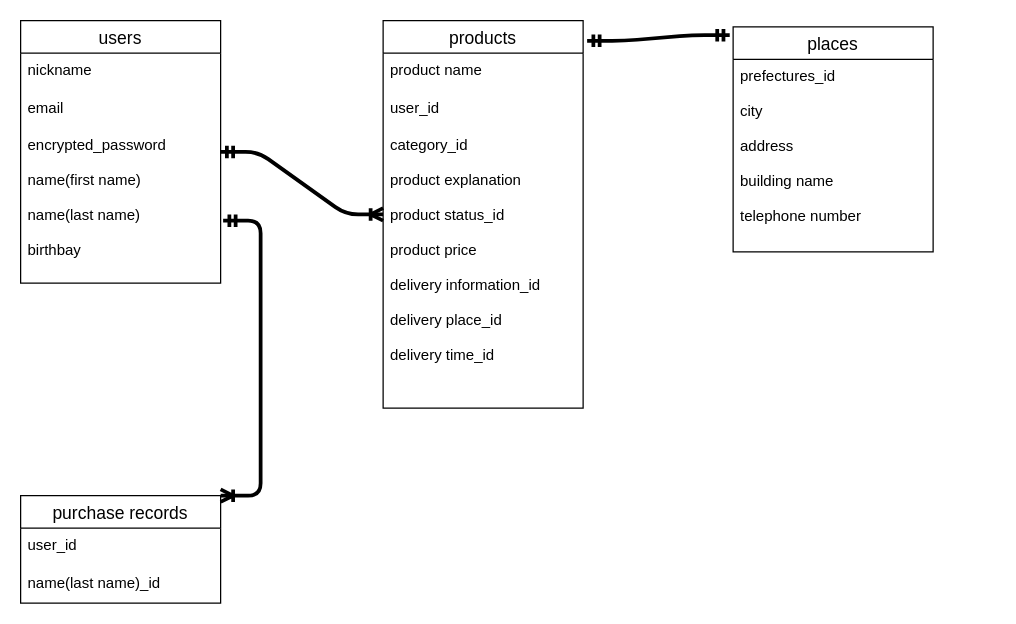
Earlier version of the draw.io diagram ER図.dio (nicole0818/furima-35637). Source tidied: cells renumbered, new cells numbered last; positions are measured from the earlier drawing's top-left corner, leaving out a move shared by most shapes. Both pictures are drawn from the tidied source at 125%, with x=0, y=0 at pixel (20, 20).
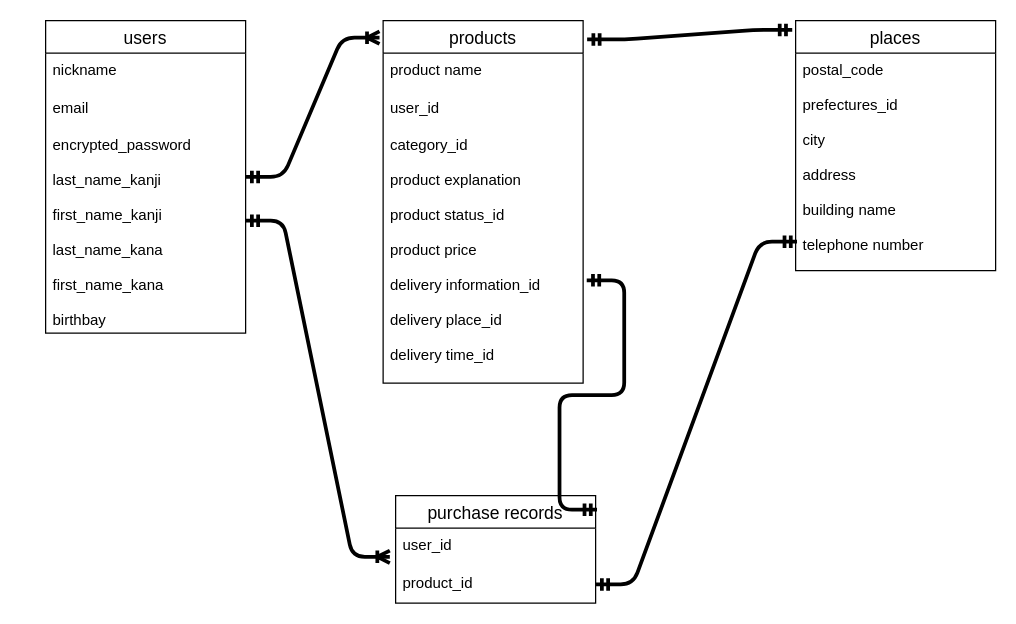
After the change.

The change refers to these unchanged cells:
```xml
<mxCell id="13" value="user_id" style="text;strokeColor=none;fillColor=none;spacingLeft=4;spacingRight=4;overflow=hidden;points=[[0,0.5],[1,0.5]];portConstraint=eastwest;fontSize=12;" parent="12" vertex="1">
  <mxGeometry y="26" width="160" height="30" as="geometry" />
</mxCell>
```

Change to the diagram source:
```diff
@@
     <mxCell id="2" value="users" style="swimlane;fontStyle=0;horizontal=1;startSize=26;align=center;fontSize=14;" parent="1" vertex="1">
-      <mxGeometry width="160" height="210" as="geometry" />
+      <mxGeometry x="20" width="160" height="250" as="geometry" />
     </mxCell>
@@
-    <mxCell id="5" value="encrypted_password&#10;&#10;name(first name)&#10;&#10;name(last name)&#10;&#10;birthbay" style="text;strokeColor=none;fillColor=none;spacingLeft=4;spacingRight=4;overflow=hidden;fontSize=12;" parent="2" vertex="1">
-      <mxGeometry y="86" width="160" height="124" as="geometry" />
+    <mxCell id="5" value="encrypted_password&#10;&#10;last_name_kanji&#10;&#10;first_name_kanji&#10;&#10;last_name_kana&#10;&#10;first_name_kana&#10;&#10;birthbay" style="text;strokeColor=none;fillColor=none;spacingLeft=4;spacingRight=4;overflow=hidden;fontSize=12;" parent="2" vertex="1">
+      <mxGeometry y="86" width="160" height="164" as="geometry" />
     </mxCell>
     <mxCell id="6" value="products" style="swimlane;fontStyle=0;horizontal=1;startSize=26;align=center;fontSize=14;" parent="1" vertex="1">
-      <mxGeometry x="290" width="160" height="310" as="geometry" />
+      <mxGeometry x="290" width="160" height="290" as="geometry" />
     </mxCell>
@@
     <mxCell id="9" value="category_id&#10;&#10;product explanation&#10;&#10;product status_id&#10;&#10;product price&#10;&#10;delivery information_id&#10;&#10;delivery place_id&#10;&#10;delivery time_id" style="text;strokeColor=none;fillColor=none;spacingLeft=4;spacingRight=4;overflow=hidden;points=[[0,0.5],[1,0.5]];portConstraint=eastwest;fontSize=12;" parent="6" vertex="1">
-      <mxGeometry y="86" width="160" height="224" as="geometry" />
+      <mxGeometry y="86" width="160" height="204" as="geometry" />
     </mxCell>
     <mxCell id="10" value="places" style="swimlane;fontStyle=0;horizontal=1;startSize=26;align=center;fontSize=14;" parent="1" vertex="1">
-      <mxGeometry x="570" y="5" width="160" height="180" as="geometry" />
+      <mxGeometry x="620" width="160" height="200" as="geometry" />
     </mxCell>
-    <mxCell id="11" value="prefectures_id&#10;&#10;city&#10;&#10;address&#10;&#10;building name&#10;&#10;telephone number" style="text;strokeColor=none;fillColor=none;spacingLeft=4;spacingRight=4;overflow=hidden;points=[[0,0.5],[1,0.5]];portConstraint=eastwest;fontSize=12;" parent="10" vertex="1">
-      <mxGeometry y="26" width="160" height="154" as="geometry" />
+    <mxCell id="11" value="postal_code&#10;&#10;prefectures_id&#10;&#10;city&#10;&#10;address&#10;&#10;building name&#10;&#10;telephone number" style="text;strokeColor=none;fillColor=none;spacingLeft=4;spacingRight=4;overflow=hidden;points=[[0,0.5],[1,0.5]];portConstraint=eastwest;fontSize=12;" parent="10" vertex="1">
+      <mxGeometry y="26" width="160" height="174" as="geometry" />
     </mxCell>
     <mxCell id="12" value="purchase records" style="swimlane;fontStyle=0;horizontal=1;startSize=26;align=center;fontSize=14;" parent="1" vertex="1">
-      <mxGeometry y="380" width="160" height="86" as="geometry" />
+      <mxGeometry x="300" y="380" width="160" height="86" as="geometry" />
     </mxCell>
@@
-    <mxCell id="14" value="name(last name)_id" style="text;strokeColor=none;fillColor=none;spacingLeft=4;spacingRight=4;overflow=hidden;points=[[0,0.5],[1,0.5]];portConstraint=eastwest;fontSize=12;" parent="12" vertex="1">
+    <mxCell id="14" value="product_id" style="text;strokeColor=none;fillColor=none;spacingLeft=4;spacingRight=4;overflow=hidden;points=[[0,0.5],[1,0.5]];portConstraint=eastwest;fontSize=12;" parent="12" vertex="1">
       <mxGeometry y="56" width="160" height="30" as="geometry" />
     </mxCell>
-    <mxCell id="15" style="edgeStyle=entityRelationEdgeStyle;fontSize=12;html=1;endArrow=ERoneToMany;startArrow=ERmandOne;strokeWidth=3;" parent="1" edge="1" source="2" target="6">
+    <mxCell id="15" style="edgeStyle=entityRelationEdgeStyle;fontSize=12;html=1;endArrow=ERoneToMany;startArrow=ERmandOne;strokeWidth=3;entryX=-0.018;entryY=0.047;entryDx=0;entryDy=0;entryPerimeter=0;" parent="1" edge="1" source="2" target="6">
       <mxGeometry relative="1" as="geometry" />
     </mxCell>
-    <mxCell id="16" style="edgeStyle=entityRelationEdgeStyle;fontSize=12;html=1;endArrow=ERoneToMany;startArrow=ERmandOne;strokeWidth=3;entryX=1;entryY=0;entryDx=0;entryDy=0;" parent="1" edge="1" target="12">
+    <mxCell id="16" style="edgeStyle=entityRelationEdgeStyle;fontSize=12;html=1;endArrow=ERoneToMany;startArrow=ERmandOne;strokeWidth=3;entryX=-0.029;entryY=0.765;entryDx=0;entryDy=0;entryPerimeter=0;" parent="1" edge="1" target="13">
       <mxGeometry relative="1" as="geometry">
-        <mxPoint x="162" y="160" as="sourcePoint" />
+        <mxPoint x="180" y="160" as="sourcePoint" />
       </mxGeometry>
     </mxCell>
@@
+    <mxCell id="18" style="edgeStyle=entityRelationEdgeStyle;fontSize=12;html=1;endArrow=ERmandOne;startArrow=ERmandOne;strokeWidth=3;entryX=1.018;entryY=0.597;entryDx=0;entryDy=0;entryPerimeter=0;exitX=1.007;exitY=0.131;exitDx=0;exitDy=0;exitPerimeter=0;" parent="1" edge="1" source="12" target="9">
+      <mxGeometry relative="1" as="geometry" />
+    </mxCell>
+    <mxCell id="19" style="edgeStyle=entityRelationEdgeStyle;fontSize=12;html=1;endArrow=ERmandOne;startArrow=ERmandOne;strokeWidth=3;exitX=1;exitY=0.5;exitDx=0;exitDy=0;entryX=0.007;entryY=0.867;entryDx=0;entryDy=0;entryPerimeter=0;" parent="1" edge="1" source="14" target="11">
+      <mxGeometry relative="1" as="geometry" />
+    </mxCell>
```
